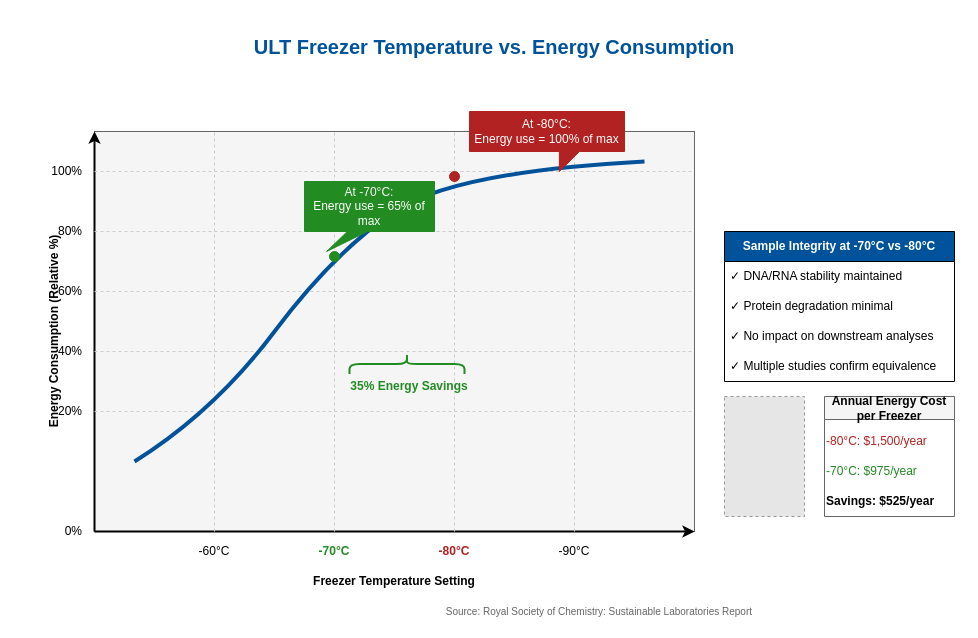
Earlier version of the draw.io diagram diagrams/freezer_temperature_energy_curve.drawio (Logic06183/Task_presentation). Source tidied: cells renumbered, new cells numbered last; positions are measured from the earlier drawing's top-left corner, leaving out a move shared by most shapes. Both pictures are drawn from the tidied source at 100%, with x=0, y=0 at pixel (-46, 31). Pictures stored in the file or linked from it are replaced by grey dashed boxes.
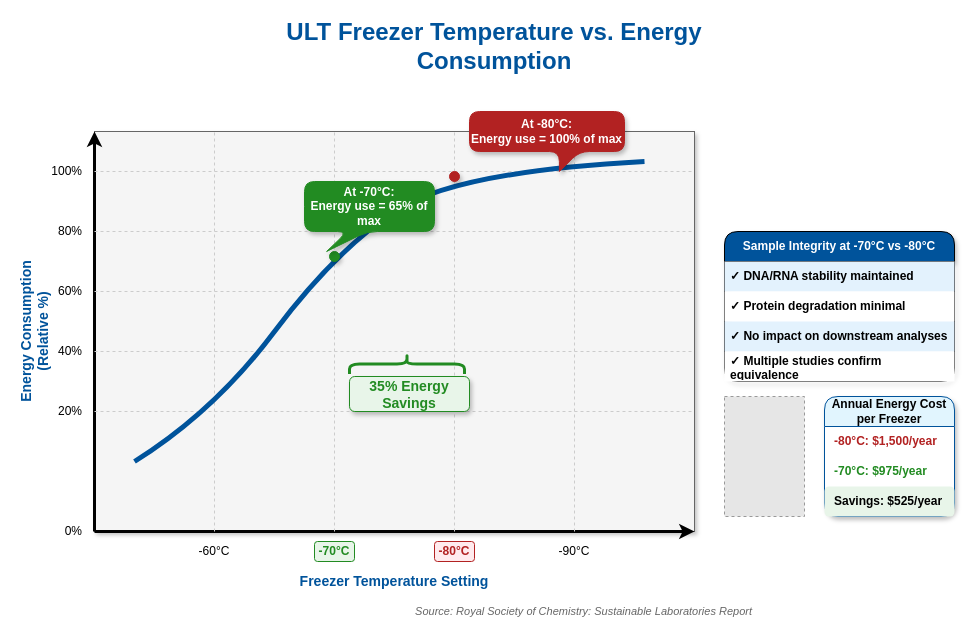
After the change.

Diff of the diagram source:
```diff
@@
-    <mxCell id="2" value="&lt;font style=&quot;font-size: 20px;&quot;&gt;&lt;b&gt;ULT Freezer Temperature vs. Energy Consumption&lt;/b&gt;&lt;/font&gt;" style="text;html=1;strokeColor=none;fillColor=none;align=center;verticalAlign=middle;whiteSpace=wrap;rounded=0;fontColor=#00539B;" parent="1" vertex="1">
+    <mxCell id="2" value="&lt;font style=&quot;font-size: 24px;&quot;&gt;&lt;b&gt;ULT Freezer Temperature vs. Energy Consumption&lt;/b&gt;&lt;/font&gt;" style="text;html=1;strokeColor=none;fillColor=none;align=center;verticalAlign=middle;whiteSpace=wrap;rounded=0;fontColor=#00539B;fontFamily=Arial;" parent="1" vertex="1">
       <mxGeometry x="260" width="560" height="30" as="geometry" />
     </mxCell>
-    <mxCell id="3" style="rounded=0;whiteSpace=wrap;html=1;fillColor=#F5F5F5;strokeColor=#666666;" parent="1" vertex="1">
+    <mxCell id="3" style="rounded=0;whiteSpace=wrap;html=1;fillColor=#F5F5F5;strokeColor=#666666;shadow=1;" parent="1" vertex="1">
       <mxGeometry x="140" y="100" width="600" height="400" as="geometry" />
     </mxCell>
-    <mxCell id="4" style="endArrow=classic;html=1;rounded=0;exitX=0;exitY=1;exitDx=0;exitDy=0;entryX=1;entryY=1;entryDx=0;entryDy=0;strokeWidth=2;strokeColor=#000000;" parent="1" edge="1" source="3" target="3">
+    <mxCell id="4" style="endArrow=classic;html=1;rounded=0;exitX=0;exitY=1;exitDx=0;exitDy=0;entryX=1;entryY=1;entryDx=0;entryDy=0;strokeWidth=3;strokeColor=#000000;" parent="1" edge="1" source="3" target="3">
       <mxGeometry relative="1" as="geometry" />
     </mxCell>
-    <mxCell id="5" style="endArrow=classic;html=1;rounded=0;exitX=0;exitY=1;exitDx=0;exitDy=0;entryX=0;entryY=0;entryDx=0;entryDy=0;strokeWidth=2;strokeColor=#000000;" parent="1" edge="1" source="3" target="3">
+    <mxCell id="5" style="endArrow=classic;html=1;rounded=0;exitX=0;exitY=1;exitDx=0;exitDy=0;entryX=0;entryY=0;entryDx=0;entryDy=0;strokeWidth=3;strokeColor=#000000;" parent="1" edge="1" source="3" target="3">
       <mxGeometry relative="1" as="geometry" />
     </mxCell>
@@
-    <mxCell id="7" value="-60°C" style="text;html=1;strokeColor=none;fillColor=none;align=center;verticalAlign=middle;whiteSpace=wrap;rounded=0;" parent="1" vertex="1">
+    <mxCell id="7" value="-60°C" style="text;html=1;strokeColor=none;fillColor=none;align=center;verticalAlign=middle;whiteSpace=wrap;rounded=0;fontFamily=Arial;" parent="1" vertex="1">
       <mxGeometry x="240" y="510" width="40" height="20" as="geometry" />
     </mxCell>
@@
-    <mxCell id="9" value="-70°C" style="text;html=1;strokeColor=none;fillColor=none;align=center;verticalAlign=middle;whiteSpace=wrap;rounded=0;fontColor=#228B22;fontStyle=1;" parent="1" vertex="1">
+    <mxCell id="9" value="-70°C" style="text;html=1;strokeColor=#228B22;fillColor=#E8F5E9;align=center;verticalAlign=middle;whiteSpace=wrap;rounded=1;fontColor=#228B22;fontStyle=1;shadow=0;fontSize=12;" parent="1" vertex="1">
       <mxGeometry x="360" y="510" width="40" height="20" as="geometry" />
     </mxCell>
@@
-    <mxCell id="11" value="-80°C" style="text;html=1;strokeColor=none;fillColor=none;align=center;verticalAlign=middle;whiteSpace=wrap;rounded=0;fontColor=#B22222;fontStyle=1;" parent="1" vertex="1">
+    <mxCell id="11" value="-80°C" style="text;html=1;strokeColor=#B22222;fillColor=#FFEBEE;align=center;verticalAlign=middle;whiteSpace=wrap;rounded=1;fontColor=#B22222;fontStyle=1;shadow=0;fontSize=12;" parent="1" vertex="1">
       <mxGeometry x="480" y="510" width="40" height="20" as="geometry" />
     </mxCell>
@@
-    <mxCell id="13" value="-90°C" style="text;html=1;strokeColor=none;fillColor=none;align=center;verticalAlign=middle;whiteSpace=wrap;rounded=0;" parent="1" vertex="1">
+    <mxCell id="13" value="-90°C" style="text;html=1;strokeColor=none;fillColor=none;align=center;verticalAlign=middle;whiteSpace=wrap;rounded=0;fontFamily=Arial;" parent="1" vertex="1">
       <mxGeometry x="600" y="510" width="40" height="20" as="geometry" />
     </mxCell>
@@
-    <mxCell id="25" value="Freezer Temperature Setting" style="text;html=1;strokeColor=none;fillColor=none;align=center;verticalAlign=middle;whiteSpace=wrap;rounded=0;fontStyle=1;" parent="1" vertex="1">
+    <mxCell id="25" value="Freezer Temperature Setting" style="text;html=1;strokeColor=none;fillColor=none;align=center;verticalAlign=middle;whiteSpace=wrap;rounded=0;fontStyle=1;fontSize=14;fontColor=#00539B;" parent="1" vertex="1">
       <mxGeometry x="340" y="540" width="200" height="20" as="geometry" />
     </mxCell>
-    <mxCell id="26" value="Energy Consumption (Relative %)" style="text;html=1;strokeColor=none;fillColor=none;align=center;verticalAlign=middle;whiteSpace=wrap;rounded=0;fontStyle=1;rotation=-90;" parent="1" vertex="1">
-      <mxGeometry y="290" width="200" height="20" as="geometry" />
+    <mxCell id="26" value="Energy Consumption (Relative %)" style="text;html=1;strokeColor=none;fillColor=none;align=center;verticalAlign=middle;whiteSpace=wrap;rounded=0;fontStyle=1;rotation=-90;fontSize=14;fontColor=#00539B;" parent="1" vertex="1">
+      <mxGeometry x="-20" y="290" width="200" height="20" as="geometry" />
     </mxCell>
-    <mxCell id="27" style="curved=1;endArrow=none;html=1;rounded=0;strokeWidth=4;strokeColor=#00539B;endFill=0;" parent="1" edge="1">
+    <mxCell id="27" style="curved=1;endArrow=none;html=1;rounded=0;strokeWidth=5;strokeColor=#00539B;endFill=0;shadow=0;" parent="1" edge="1">
       <mxGeometry relative="1" as="geometry">
         <mxPoint x="180" y="430" as="sourcePoint" />
         <mxPoint x="690" y="130" as="targetPoint" />
         <Array as="points">
           <mxPoint x="260" y="380" />
           <mxPoint x="380" y="220" />
           <mxPoint x="500" y="140" />
         </Array>
       </mxGeometry>
     </mxCell>
-    <mxCell id="28" style="ellipse;whiteSpace=wrap;html=1;fillColor=#228B22;strokeColor=#228B22;" parent="1" vertex="1">
+    <mxCell id="28" style="ellipse;whiteSpace=wrap;html=1;fillColor=#228B22;strokeColor=#228B22;shadow=1;" parent="1" vertex="1">
       <mxGeometry x="375" y="220" width="10" height="10" as="geometry" />
     </mxCell>
-    <mxCell id="29" value="At -70°C:&#10;Energy use = 65% of max" style="shape=callout;whiteSpace=wrap;html=1;perimeter=calloutPerimeter;position2=0.17;base=20;fillColor=#228B22;strokeColor=#228B22;fontColor=#FFFFFF;size=20;position=0.33;" parent="1" vertex="1">
+    <mxCell id="29" value="At -70°C:&#10;Energy use = 65% of max" style="shape=callout;whiteSpace=wrap;html=1;perimeter=calloutPerimeter;position2=0.17;base=20;fillColor=#228B22;strokeColor=#228B22;fontColor=#FFFFFF;size=20;position=0.33;fontStyle=1;fontSize=12;shadow=1;glass=0;rounded=1;" parent="1" vertex="1">
       <mxGeometry x="350" y="150" width="130" height="70" as="geometry" />
     </mxCell>
-    <mxCell id="30" style="ellipse;whiteSpace=wrap;html=1;fillColor=#B22222;strokeColor=#B22222;" parent="1" vertex="1">
+    <mxCell id="30" style="ellipse;whiteSpace=wrap;html=1;fillColor=#B22222;strokeColor=#B22222;shadow=1;" parent="1" vertex="1">
       <mxGeometry x="495" y="140" width="10" height="10" as="geometry" />
     </mxCell>
-    <mxCell id="31" value="At -80°C:&#10;Energy use = 100% of max" style="shape=callout;whiteSpace=wrap;html=1;perimeter=calloutPerimeter;position2=0.58;base=20;fillColor=#B22222;strokeColor=#B22222;fontColor=#FFFFFF;size=20;position=0.58;" parent="1" vertex="1">
+    <mxCell id="31" value="At -80°C:&#10;Energy use = 100% of max" style="shape=callout;whiteSpace=wrap;html=1;perimeter=calloutPerimeter;position2=0.58;base=20;fillColor=#B22222;strokeColor=#B22222;fontColor=#FFFFFF;size=20;position=0.58;fontStyle=1;fontSize=12;shadow=1;glass=0;rounded=1;" parent="1" vertex="1">
       <mxGeometry x="515" y="80" width="155" height="60" as="geometry" />
     </mxCell>
-    <mxCell id="32" style="shape=curlyBracket;whiteSpace=wrap;html=1;rounded=1;flipH=1;labelPosition=right;verticalLabelPosition=middle;align=left;verticalAlign=middle;rotation=-90;size=0.5;strokeWidth=2;strokeColor=#228B22;" parent="1" vertex="1">
+    <mxCell id="32" style="shape=curlyBracket;whiteSpace=wrap;html=1;rounded=1;flipH=1;labelPosition=right;verticalLabelPosition=middle;align=left;verticalAlign=middle;rotation=-90;size=0.5;strokeWidth=3;strokeColor=#228B22;" parent="1" vertex="1">
       <mxGeometry x="442.5" y="275" width="20" height="115" as="geometry" />
     </mxCell>
-    <mxCell id="33" value="35% Energy Savings" style="text;html=1;strokeColor=none;fillColor=none;align=center;verticalAlign=middle;whiteSpace=wrap;rounded=0;fontColor=#228B22;fontStyle=1;" parent="1" vertex="1">
-      <mxGeometry x="395" y="345" width="120" height="20" as="geometry" />
+    <mxCell id="33" value="35% Energy Savings" style="text;html=1;strokeColor=#228B22;fillColor=#E8F5E9;align=center;verticalAlign=middle;whiteSpace=wrap;rounded=1;fontColor=#228B22;fontStyle=1;fontSize=14;shadow=1;glass=0;" parent="1" vertex="1">
+      <mxGeometry x="395" y="345" width="120" height="35" as="geometry" />
     </mxCell>
-    <mxCell id="34" value="&lt;b&gt;Sample Integrity at -70°C vs -80°C&lt;/b&gt;" style="swimlane;fontStyle=0;horizontal=1;startSize=30;whiteSpace=wrap;html=1;fillColor=#00539B;fontColor=#FFFFFF;" parent="1" vertex="1">
+    <mxCell id="34" value="&lt;b&gt;Sample Integrity at -70°C vs -80°C&lt;/b&gt;" style="swimlane;fontStyle=0;horizontal=1;startSize=30;whiteSpace=wrap;html=1;fillColor=#00539B;fontColor=#FFFFFF;shadow=1;strokeWidth=1;rounded=1;glass=0;" parent="1" vertex="1">
       <mxGeometry x="770" y="200" width="230" height="150" as="geometry" />
     </mxCell>
-    <mxCell id="35" value="✓ DNA/RNA stability maintained" style="text;strokeColor=none;fillColor=none;align=left;verticalAlign=middle;spacingLeft=4;spacingRight=4;overflow=hidden;whiteSpace=wrap;html=1;" parent="34" vertex="1">
+    <mxCell id="35" value="✓ DNA/RNA stability maintained" style="text;strokeColor=none;fillColor=#E3F2FD;align=left;verticalAlign=middle;spacingLeft=4;spacingRight=4;overflow=hidden;whiteSpace=wrap;html=1;fontStyle=1;" parent="34" vertex="1">
       <mxGeometry y="30" width="230" height="30" as="geometry" />
     </mxCell>
-    <mxCell id="36" value="✓ Protein degradation minimal" style="text;strokeColor=none;fillColor=none;align=left;verticalAlign=middle;spacingLeft=4;spacingRight=4;overflow=hidden;whiteSpace=wrap;html=1;" parent="34" vertex="1">
+    <mxCell id="36" value="✓ Protein degradation minimal" style="text;strokeColor=none;fillColor=#FFFFFF;align=left;verticalAlign=middle;spacingLeft=4;spacingRight=4;overflow=hidden;whiteSpace=wrap;html=1;fontStyle=1;" parent="34" vertex="1">
       <mxGeometry y="60" width="230" height="30" as="geometry" />
     </mxCell>
-    <mxCell id="37" value="✓ No impact on downstream analyses" style="text;strokeColor=none;fillColor=none;align=left;verticalAlign=middle;spacingLeft=4;spacingRight=4;overflow=hidden;whiteSpace=wrap;html=1;" parent="34" vertex="1">
+    <mxCell id="37" value="✓ No impact on downstream analyses" style="text;strokeColor=none;fillColor=#E3F2FD;align=left;verticalAlign=middle;spacingLeft=4;spacingRight=4;overflow=hidden;whiteSpace=wrap;html=1;fontStyle=1;" parent="34" vertex="1">
       <mxGeometry y="90" width="230" height="30" as="geometry" />
     </mxCell>
-    <mxCell id="38" value="✓ Multiple studies confirm equivalence" style="text;strokeColor=none;fillColor=none;align=left;verticalAlign=middle;spacingLeft=4;spacingRight=4;overflow=hidden;whiteSpace=wrap;html=1;" parent="34" vertex="1">
+    <mxCell id="38" value="✓ Multiple studies confirm equivalence" style="text;strokeColor=none;fillColor=#FFFFFF;align=left;verticalAlign=middle;spacingLeft=4;spacingRight=4;overflow=hidden;whiteSpace=wrap;html=1;fontStyle=1;" parent="34" vertex="1">
       <mxGeometry y="120" width="230" height="30" as="geometry" />
     </mxCell>
@@
-    <mxCell id="40" value="Annual Energy Cost per Freezer" style="swimlane;whiteSpace=wrap;html=1;fillColor=#F5F5F5;strokeColor=#666666;" parent="1" vertex="1">
+    <mxCell id="40" value="Annual Energy Cost per Freezer" style="swimlane;whiteSpace=wrap;html=1;fillColor=#E1F5FE;strokeColor=#00539B;fontStyle=1;startSize=30;shadow=1;swimlaneFillColor=#FFFFFF;rounded=1;" parent="1" vertex="1">
       <mxGeometry x="870" y="365" width="130" height="120" as="geometry" />
     </mxCell>
-    <mxCell id="41" value="-80°C: $1,500/year" style="text;html=1;strokeColor=none;fillColor=none;align=left;verticalAlign=middle;whiteSpace=wrap;rounded=0;fontColor=#B22222;" parent="40" vertex="1">
+    <mxCell id="41" value="-80°C: $1,500/year" style="text;html=1;strokeColor=none;fillColor=none;align=left;verticalAlign=middle;whiteSpace=wrap;rounded=0;fontColor=#B22222;fontStyle=1;spacingLeft=8;" parent="40" vertex="1">
       <mxGeometry y="30" width="130" height="30" as="geometry" />
     </mxCell>
-    <mxCell id="42" value="-70°C: $975/year" style="text;html=1;strokeColor=none;fillColor=none;align=left;verticalAlign=middle;whiteSpace=wrap;rounded=0;fontColor=#228B22;" parent="40" vertex="1">
+    <mxCell id="42" value="-70°C: $975/year" style="text;html=1;strokeColor=none;fillColor=none;align=left;verticalAlign=middle;whiteSpace=wrap;rounded=0;fontColor=#228B22;fontStyle=1;spacingLeft=8;" parent="40" vertex="1">
       <mxGeometry y="60" width="130" height="30" as="geometry" />
     </mxCell>
-    <mxCell id="43" value="Savings: $525/year" style="text;html=1;strokeColor=none;fillColor=none;align=left;verticalAlign=middle;whiteSpace=wrap;rounded=0;fontStyle=1;" parent="40" vertex="1">
+    <mxCell id="43" value="Savings: $525/year" style="text;html=1;strokeColor=none;fillColor=#E8F5E9;align=left;verticalAlign=middle;whiteSpace=wrap;rounded=1;fontStyle=1;fontColor=#000000;spacingLeft=8;" parent="40" vertex="1">
       <mxGeometry y="90" width="130" height="30" as="geometry" />
     </mxCell>
-    <mxCell id="44" value="Source: Royal Society of Chemistry: Sustainable Laboratories Report" style="text;html=1;strokeColor=none;fillColor=none;align=right;verticalAlign=middle;whiteSpace=wrap;rounded=0;fontColor=#666666;fontSize=10;" parent="1" vertex="1">
+    <mxCell id="44" value="Source: Royal Society of Chemistry: Sustainable Laboratories Report" style="text;html=1;strokeColor=none;fillColor=none;align=right;verticalAlign=middle;whiteSpace=wrap;rounded=0;fontColor=#666666;fontSize=11;fontStyle=2;" parent="1" vertex="1">
       <mxGeometry x="430" y="570" width="370" height="20" as="geometry" />
     </mxCell>
```
